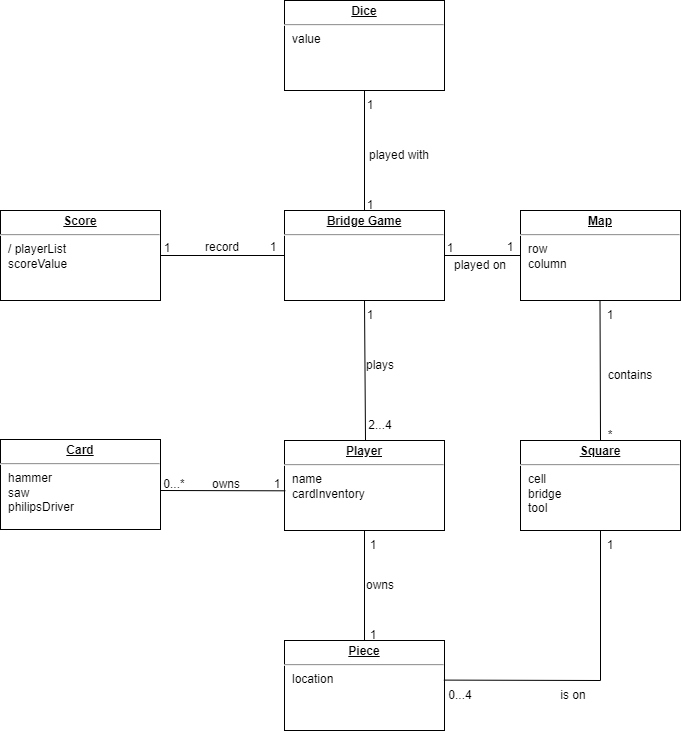
iGH01gi/SE_Term_Project keeps this draw.io diagram as diagram/도메인모델/DomainModel.png. Above is the earlier version. Source tidied: cells renumbered, new cells last; positions are measured from the earlier drawing's top-left corner, leaving out a move shared by most shapes. Source of this version:
```xml
<mxGraphModel>
  <root>
    <mxCell id="0" />
    <mxCell id="1" parent="0" />
    <mxCell id="2" value="&lt;p style=&quot;margin:0px;margin-top:4px;text-align:center;text-decoration:underline;&quot;&gt;&lt;b&gt;Player&lt;/b&gt;&lt;/p&gt;&lt;hr&gt;&lt;p style=&quot;margin:0px;margin-left:8px;&quot;&gt;name&lt;/p&gt;&lt;p style=&quot;margin:0px;margin-left:8px;&quot;&gt;cardInventory&lt;/p&gt;" style="verticalAlign=top;align=left;overflow=fill;fontSize=12;fontFamily=Helvetica;html=1;" parent="1" vertex="1">
      <mxGeometry x="284" y="440" width="160" height="90" as="geometry" />
    </mxCell>
    <mxCell id="3" value="&lt;p style=&quot;margin:0px;margin-top:4px;text-align:center;text-decoration:underline;&quot;&gt;&lt;b&gt;Dice&lt;/b&gt;&lt;/p&gt;&lt;hr&gt;&lt;p style=&quot;margin:0px;margin-left:8px;&quot;&gt;value&lt;/p&gt;" style="verticalAlign=top;align=left;overflow=fill;fontSize=12;fontFamily=Helvetica;html=1;" parent="1" vertex="1">
      <mxGeometry x="284" width="160" height="90" as="geometry" />
    </mxCell>
    <mxCell id="4" value="&lt;p style=&quot;margin:0px;margin-top:4px;text-align:center;text-decoration:underline;&quot;&gt;&lt;b&gt;Card&lt;/b&gt;&lt;/p&gt;&lt;hr&gt;&lt;p style=&quot;margin:0px;margin-left:8px;&quot;&gt;hammer&lt;/p&gt;&lt;p style=&quot;margin:0px;margin-left:8px;&quot;&gt;saw&lt;/p&gt;&lt;p style=&quot;margin:0px;margin-left:8px;&quot;&gt;philipsDriver&lt;/p&gt;" style="verticalAlign=top;align=left;overflow=fill;fontSize=12;fontFamily=Helvetica;html=1;" parent="1" vertex="1">
      <mxGeometry y="439" width="160" height="90" as="geometry" />
    </mxCell>
    <mxCell id="5" value="&lt;p style=&quot;margin:0px;margin-top:4px;text-align:center;text-decoration:underline;&quot;&gt;&lt;b&gt;Bridge Game&lt;/b&gt;&lt;/p&gt;&lt;hr&gt;&lt;p style=&quot;margin:0px;margin-left:8px;&quot;&gt;&lt;br&gt;&lt;/p&gt;&lt;p style=&quot;margin:0px;margin-left:8px;&quot;&gt;&lt;br&gt;&lt;/p&gt;" style="verticalAlign=top;align=left;overflow=fill;fontSize=12;fontFamily=Helvetica;html=1;" parent="1" vertex="1">
      <mxGeometry x="284" y="210" width="160" height="90" as="geometry" />
    </mxCell>
    <mxCell id="6" style="endArrow=none;html=1;rounded=0;entryX=0.5;entryY=1;entryDx=0;entryDy=0;exitX=0.5;exitY=0;exitDx=0;exitDy=0;" parent="1" edge="1" source="17" target="2">
      <mxGeometry relative="1" as="geometry" />
    </mxCell>
    <mxCell id="7" style="endArrow=none;html=1;rounded=0;entryX=0.5;entryY=1;entryDx=0;entryDy=0;exitX=0.25;exitY=1;exitDx=0;exitDy=0;" parent="1" edge="1" source="10" target="5">
      <mxGeometry relative="1" as="geometry" />
    </mxCell>
    <mxCell id="8" style="endArrow=none;html=1;rounded=0;entryX=0;entryY=0.5;entryDx=0;entryDy=0;" parent="1" edge="1" source="5">
      <mxGeometry relative="1" as="geometry">
        <mxPoint x="520" y="255" as="targetPoint" />
      </mxGeometry>
    </mxCell>
    <mxCell id="9" style="endArrow=none;html=1;rounded=0;entryX=0;entryY=0.5;entryDx=0;entryDy=0;" parent="1" edge="1" target="5">
      <mxGeometry relative="1" as="geometry">
        <mxPoint x="160" y="255" as="sourcePoint" />
      </mxGeometry>
    </mxCell>
    <mxCell id="10" value="2...4" style="text;html=1;strokeColor=none;fillColor=none;align=center;verticalAlign=middle;whiteSpace=wrap;rounded=0;" parent="1" vertex="1">
      <mxGeometry x="350" y="410" width="60" height="30" as="geometry" />
    </mxCell>
    <mxCell id="11" value="1" style="text;html=1;strokeColor=none;fillColor=none;align=center;verticalAlign=middle;whiteSpace=wrap;rounded=0;" parent="1" vertex="1">
      <mxGeometry x="340" y="300" width="60" height="30" as="geometry" />
    </mxCell>
    <mxCell id="12" value="plays" style="text;html=1;strokeColor=none;fillColor=none;align=center;verticalAlign=middle;whiteSpace=wrap;rounded=0;" parent="1" vertex="1">
      <mxGeometry x="350" y="350" width="60" height="30" as="geometry" />
    </mxCell>
    <mxCell id="13" style="endArrow=none;html=1;rounded=0;entryX=0.5;entryY=1;entryDx=0;entryDy=0;" parent="1" edge="1" source="5" target="3">
      <mxGeometry relative="1" as="geometry" />
    </mxCell>
    <mxCell id="14" value="1" style="text;html=1;strokeColor=none;fillColor=none;align=center;verticalAlign=middle;whiteSpace=wrap;rounded=0;" parent="1" vertex="1">
      <mxGeometry x="340" y="190" width="60" height="30" as="geometry" />
    </mxCell>
    <mxCell id="15" value="1" style="text;html=1;strokeColor=none;fillColor=none;align=center;verticalAlign=middle;whiteSpace=wrap;rounded=0;" parent="1" vertex="1">
      <mxGeometry x="340" y="90" width="60" height="30" as="geometry" />
    </mxCell>
    <mxCell id="16" value="played with" style="text;html=1;strokeColor=none;fillColor=none;align=center;verticalAlign=middle;whiteSpace=wrap;rounded=0;" parent="1" vertex="1">
      <mxGeometry x="354" y="140" width="90" height="30" as="geometry" />
    </mxCell>
    <mxCell id="17" value="&lt;p style=&quot;margin:0px;margin-top:4px;text-align:center;text-decoration:underline;&quot;&gt;&lt;b&gt;Piece&lt;/b&gt;&lt;/p&gt;&lt;hr&gt;&lt;p style=&quot;margin:0px;margin-left:8px;&quot;&gt;location&lt;/p&gt;" style="verticalAlign=top;align=left;overflow=fill;fontSize=12;fontFamily=Helvetica;html=1;" parent="1" vertex="1">
      <mxGeometry x="284" y="640" width="160" height="90" as="geometry" />
    </mxCell>
    <mxCell id="18" value="owns" style="text;html=1;strokeColor=none;fillColor=none;align=center;verticalAlign=middle;whiteSpace=wrap;rounded=0;" parent="1" vertex="1">
      <mxGeometry x="358" y="570" width="44" height="30" as="geometry" />
    </mxCell>
    <mxCell id="19" value="1" style="text;html=1;strokeColor=none;fillColor=none;align=center;verticalAlign=middle;whiteSpace=wrap;rounded=0;" parent="1" vertex="1">
      <mxGeometry x="343" y="620" width="60" height="30" as="geometry" />
    </mxCell>
    <mxCell id="20" value="1" style="text;html=1;strokeColor=none;fillColor=none;align=center;verticalAlign=middle;whiteSpace=wrap;rounded=0;" parent="1" vertex="1">
      <mxGeometry x="358" y="530" width="30" height="30" as="geometry" />
    </mxCell>
    <mxCell id="21" value="&lt;p style=&quot;margin:0px;margin-top:4px;text-align:center;text-decoration:underline;&quot;&gt;&lt;b&gt;Map&lt;/b&gt;&lt;/p&gt;&lt;hr&gt;&lt;p style=&quot;margin:0px;margin-left:8px;&quot;&gt;row&lt;/p&gt;&lt;p style=&quot;margin:0px;margin-left:8px;&quot;&gt;column&lt;/p&gt;" style="verticalAlign=top;align=left;overflow=fill;fontSize=12;fontFamily=Helvetica;html=1;" parent="1" vertex="1">
      <mxGeometry x="520" y="210" width="160" height="90" as="geometry" />
    </mxCell>
    <mxCell id="22" value="&lt;p style=&quot;margin:0px;margin-top:4px;text-align:center;text-decoration:underline;&quot;&gt;&lt;b&gt;Score&lt;/b&gt;&lt;/p&gt;&lt;hr&gt;&lt;p style=&quot;margin:0px;margin-left:8px;&quot;&gt;/ playerList&lt;/p&gt;&lt;p style=&quot;margin:0px;margin-left:8px;&quot;&gt;scoreValue&lt;/p&gt;" style="verticalAlign=top;align=left;overflow=fill;fontSize=12;fontFamily=Helvetica;html=1;" parent="1" vertex="1">
      <mxGeometry y="210" width="160" height="90" as="geometry" />
    </mxCell>
    <mxCell id="23" value="&lt;p style=&quot;margin:0px;margin-top:4px;text-align:center;text-decoration:underline;&quot;&gt;&lt;b&gt;Square&lt;/b&gt;&lt;/p&gt;&lt;hr&gt;&lt;p style=&quot;margin:0px;margin-left:8px;&quot;&gt;cell&lt;/p&gt;&lt;p style=&quot;margin:0px;margin-left:8px;&quot;&gt;bridge&lt;/p&gt;&lt;p style=&quot;margin:0px;margin-left:8px;&quot;&gt;tool&lt;/p&gt;" style="verticalAlign=top;align=left;overflow=fill;fontSize=12;fontFamily=Helvetica;html=1;" parent="1" vertex="1">
      <mxGeometry x="520" y="440" width="160" height="90" as="geometry" />
    </mxCell>
    <mxCell id="24" style="endArrow=none;html=1;rounded=0;exitX=0.5;exitY=0;exitDx=0;exitDy=0;" parent="1" edge="1" source="23">
      <mxGeometry relative="1" as="geometry">
        <mxPoint x="599.5" y="300" as="targetPoint" />
      </mxGeometry>
    </mxCell>
    <mxCell id="25" value="contains" style="text;html=1;strokeColor=none;fillColor=none;align=center;verticalAlign=middle;whiteSpace=wrap;rounded=0;" parent="1" vertex="1">
      <mxGeometry x="600" y="360" width="60" height="30" as="geometry" />
    </mxCell>
    <mxCell id="26" value="1" style="text;html=1;strokeColor=none;fillColor=none;align=center;verticalAlign=middle;whiteSpace=wrap;rounded=0;" parent="1" vertex="1">
      <mxGeometry x="580" y="300" width="60" height="30" as="geometry" />
    </mxCell>
    <mxCell id="27" value="*" style="text;html=1;strokeColor=none;fillColor=none;align=center;verticalAlign=middle;whiteSpace=wrap;rounded=0;" parent="1" vertex="1">
      <mxGeometry x="580" y="420" width="60" height="30" as="geometry" />
    </mxCell>
    <mxCell id="28" value="record" style="text;html=1;strokeColor=none;fillColor=none;align=center;verticalAlign=middle;whiteSpace=wrap;rounded=0;" parent="1" vertex="1">
      <mxGeometry x="177" y="232" width="90" height="30" as="geometry" />
    </mxCell>
    <mxCell id="29" value="1" style="text;html=1;strokeColor=none;fillColor=none;align=center;verticalAlign=middle;whiteSpace=wrap;rounded=0;" parent="1" vertex="1">
      <mxGeometry x="258" y="237" width="30" height="20" as="geometry" />
    </mxCell>
    <mxCell id="30" value="1" style="text;html=1;strokeColor=none;fillColor=none;align=center;verticalAlign=middle;whiteSpace=wrap;rounded=0;" parent="1" vertex="1">
      <mxGeometry x="152" y="238" width="30" height="20" as="geometry" />
    </mxCell>
    <mxCell id="31" value="1" style="text;html=1;strokeColor=none;fillColor=none;align=center;verticalAlign=middle;whiteSpace=wrap;rounded=0;" parent="1" vertex="1">
      <mxGeometry x="480" y="232" width="60" height="30" as="geometry" />
    </mxCell>
    <mxCell id="32" value="1" style="text;html=1;strokeColor=none;fillColor=none;align=center;verticalAlign=middle;whiteSpace=wrap;rounded=0;" parent="1" vertex="1">
      <mxGeometry x="420" y="233" width="60" height="30" as="geometry" />
    </mxCell>
    <mxCell id="33" value="played on" style="text;html=1;strokeColor=none;fillColor=none;align=center;verticalAlign=middle;whiteSpace=wrap;rounded=0;" parent="1" vertex="1">
      <mxGeometry x="450" y="250" width="60" height="30" as="geometry" />
    </mxCell>
    <mxCell id="34" style="endArrow=none;html=1;rounded=0;entryX=0.5;entryY=1;entryDx=0;entryDy=0;" parent="1" edge="1" target="23">
      <mxGeometry relative="1" as="geometry">
        <mxPoint x="600" y="680" as="sourcePoint" />
      </mxGeometry>
    </mxCell>
    <mxCell id="35" style="endArrow=none;html=1;rounded=0;exitX=0.996;exitY=0.44;exitDx=0;exitDy=0;exitPerimeter=0;" parent="1" edge="1" source="17">
      <mxGeometry relative="1" as="geometry">
        <mxPoint x="600" y="680" as="targetPoint" />
      </mxGeometry>
    </mxCell>
    <mxCell id="36" value="0...4" style="text;html=1;strokeColor=none;fillColor=none;align=center;verticalAlign=middle;whiteSpace=wrap;rounded=0;" parent="1" vertex="1">
      <mxGeometry x="430" y="680" width="60" height="30" as="geometry" />
    </mxCell>
    <mxCell id="37" value="1" style="text;html=1;strokeColor=none;fillColor=none;align=center;verticalAlign=middle;whiteSpace=wrap;rounded=0;" parent="1" vertex="1">
      <mxGeometry x="595" y="530" width="30" height="30" as="geometry" />
    </mxCell>
    <mxCell id="38" value="is on" style="text;html=1;strokeColor=none;fillColor=none;align=center;verticalAlign=middle;whiteSpace=wrap;rounded=0;" parent="1" vertex="1">
      <mxGeometry x="551" y="680" width="44" height="30" as="geometry" />
    </mxCell>
    <mxCell id="39" style="endArrow=none;html=1;rounded=0;entryX=0.005;entryY=0.559;entryDx=0;entryDy=0;entryPerimeter=0;" parent="1" edge="1" target="2">
      <mxGeometry relative="1" as="geometry">
        <mxPoint x="160" y="490" as="sourcePoint" />
      </mxGeometry>
    </mxCell>
    <mxCell id="40" value="1" style="text;html=1;strokeColor=none;fillColor=none;align=center;verticalAlign=middle;whiteSpace=wrap;rounded=0;" parent="1" vertex="1">
      <mxGeometry x="262" y="469" width="30" height="30" as="geometry" />
    </mxCell>
    <mxCell id="41" value="0...*" style="text;html=1;strokeColor=none;fillColor=none;align=center;verticalAlign=middle;whiteSpace=wrap;rounded=0;" parent="1" vertex="1">
      <mxGeometry x="144" y="469" width="60" height="30" as="geometry" />
    </mxCell>
    <mxCell id="42" value="owns" style="text;html=1;strokeColor=none;fillColor=none;align=center;verticalAlign=middle;whiteSpace=wrap;rounded=0;" parent="1" vertex="1">
      <mxGeometry x="204" y="469" width="44" height="30" as="geometry" />
    </mxCell>
  </root>
</mxGraphModel>
```
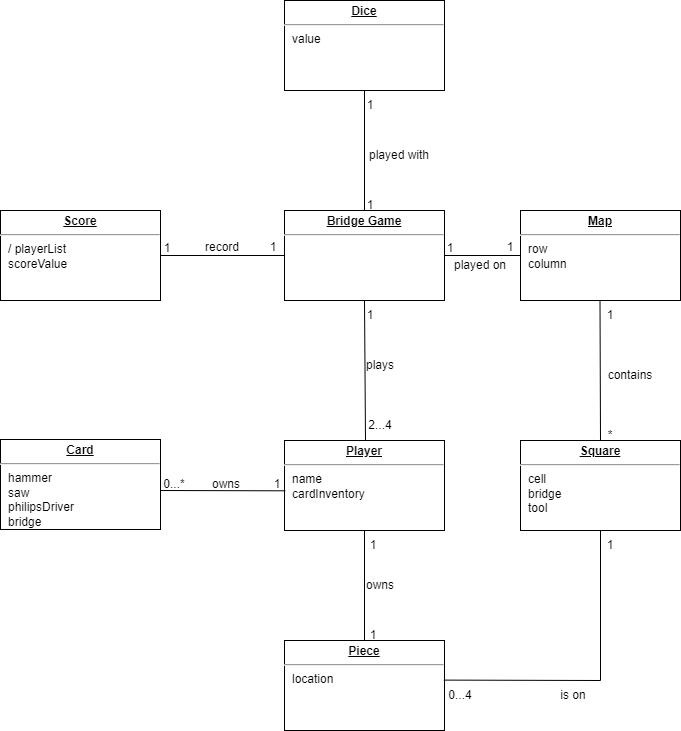
Above is the later version.

Change to the diagram source:
```diff
@@ -8,7 +8,7 @@
     <mxCell id="3" value="&lt;p style=&quot;margin:0px;margin-top:4px;text-align:center;text-decoration:underline;&quot;&gt;&lt;b&gt;Dice&lt;/b&gt;&lt;/p&gt;&lt;hr&gt;&lt;p style=&quot;margin:0px;margin-left:8px;&quot;&gt;value&lt;/p&gt;" style="verticalAlign=top;align=left;overflow=fill;fontSize=12;fontFamily=Helvetica;html=1;" parent="1" vertex="1">
       <mxGeometry x="284" width="160" height="90" as="geometry" />
     </mxCell>
-    <mxCell id="4" value="&lt;p style=&quot;margin:0px;margin-top:4px;text-align:center;text-decoration:underline;&quot;&gt;&lt;b&gt;Card&lt;/b&gt;&lt;/p&gt;&lt;hr&gt;&lt;p style=&quot;margin:0px;margin-left:8px;&quot;&gt;hammer&lt;/p&gt;&lt;p style=&quot;margin:0px;margin-left:8px;&quot;&gt;saw&lt;/p&gt;&lt;p style=&quot;margin:0px;margin-left:8px;&quot;&gt;philipsDriver&lt;/p&gt;" style="verticalAlign=top;align=left;overflow=fill;fontSize=12;fontFamily=Helvetica;html=1;" parent="1" vertex="1">
+    <mxCell id="4" value="&lt;p style=&quot;margin:0px;margin-top:4px;text-align:center;text-decoration:underline;&quot;&gt;&lt;b&gt;Card&lt;/b&gt;&lt;/p&gt;&lt;hr&gt;&lt;p style=&quot;margin:0px;margin-left:8px;&quot;&gt;hammer&lt;/p&gt;&lt;p style=&quot;margin:0px;margin-left:8px;&quot;&gt;saw&lt;/p&gt;&lt;p style=&quot;margin:0px;margin-left:8px;&quot;&gt;philipsDriver&lt;/p&gt;&lt;p style=&quot;margin:0px;margin-left:8px;&quot;&gt;bridge&lt;/p&gt;" style="verticalAlign=top;align=left;overflow=fill;fontSize=12;fontFamily=Helvetica;html=1;" parent="1" vertex="1">
       <mxGeometry y="439" width="160" height="90" as="geometry" />
     </mxCell>
     <mxCell id="5" value="&lt;p style=&quot;margin:0px;margin-top:4px;text-align:center;text-decoration:underline;&quot;&gt;&lt;b&gt;Bridge Game&lt;/b&gt;&lt;/p&gt;&lt;hr&gt;&lt;p style=&quot;margin:0px;margin-left:8px;&quot;&gt;&lt;br&gt;&lt;/p&gt;&lt;p style=&quot;margin:0px;margin-left:8px;&quot;&gt;&lt;br&gt;&lt;/p&gt;" style="verticalAlign=top;align=left;overflow=fill;fontSize=12;fontFamily=Helvetica;html=1;" parent="1" vertex="1">
```
